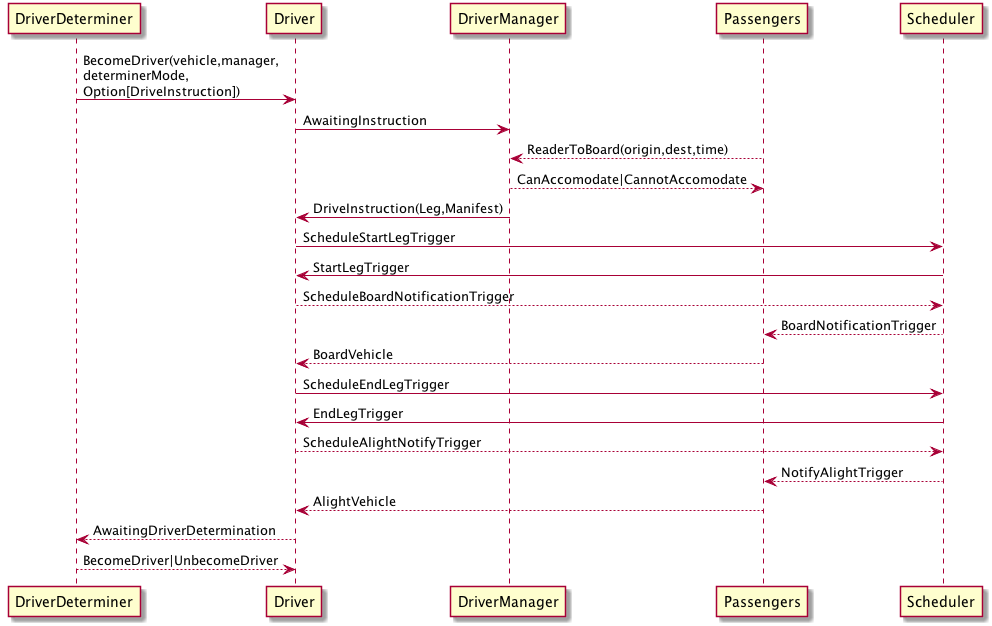
LBNL-UCB-STI/beam keeps this PlantUML diagram as docs/_static/uml/ProtocolDriving.png. Above is the earlier version.
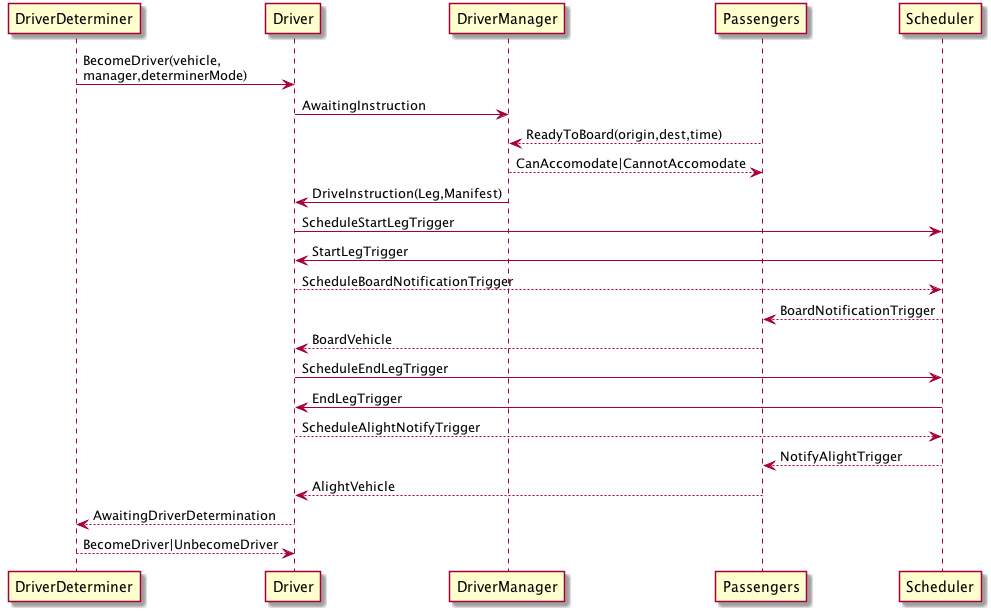
The same file after the commit.

The edit, as a diff of the source:
```diff
@@ -1,7 +1,7 @@
 @startuml
-DriverDeterminer -> Driver: BecomeDriver(vehicle,manager,\ndeterminerMode,\nOption[DriveInstruction])
+DriverDeterminer -> Driver: BecomeDriver(vehicle,\nmanager,determinerMode)
 Driver -> DriverManager: AwaitingInstruction
-Passengers --> DriverManager: ReaderToBoard(origin,dest,time)
+Passengers --> DriverManager: ReadyToBoard(origin,dest,time)
 DriverManager --> Passengers: CanAccomodate|CannotAccomodate
 DriverManager -> Driver: DriveInstruction(Leg,Manifest)
 Driver -> Scheduler: ScheduleStartLegTrigger
```
